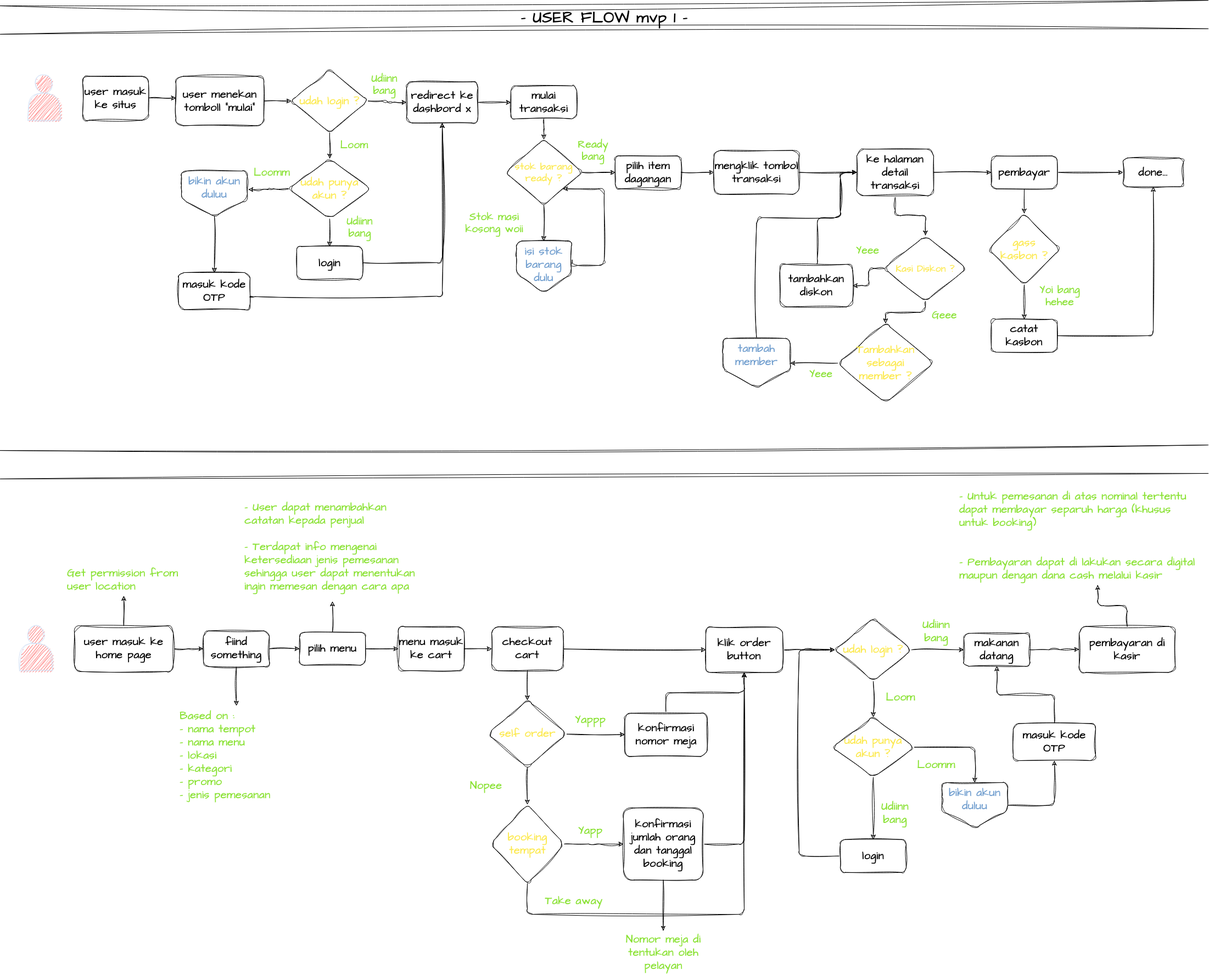
Above: Untitled Diagram.drawio.png in Petrichor-Dev/mypos (draw.io), before the change. Source tidied: cells renumbered, new cells last; positions are measured from the earlier drawing's top-left corner, leaving out a move shared by most shapes.
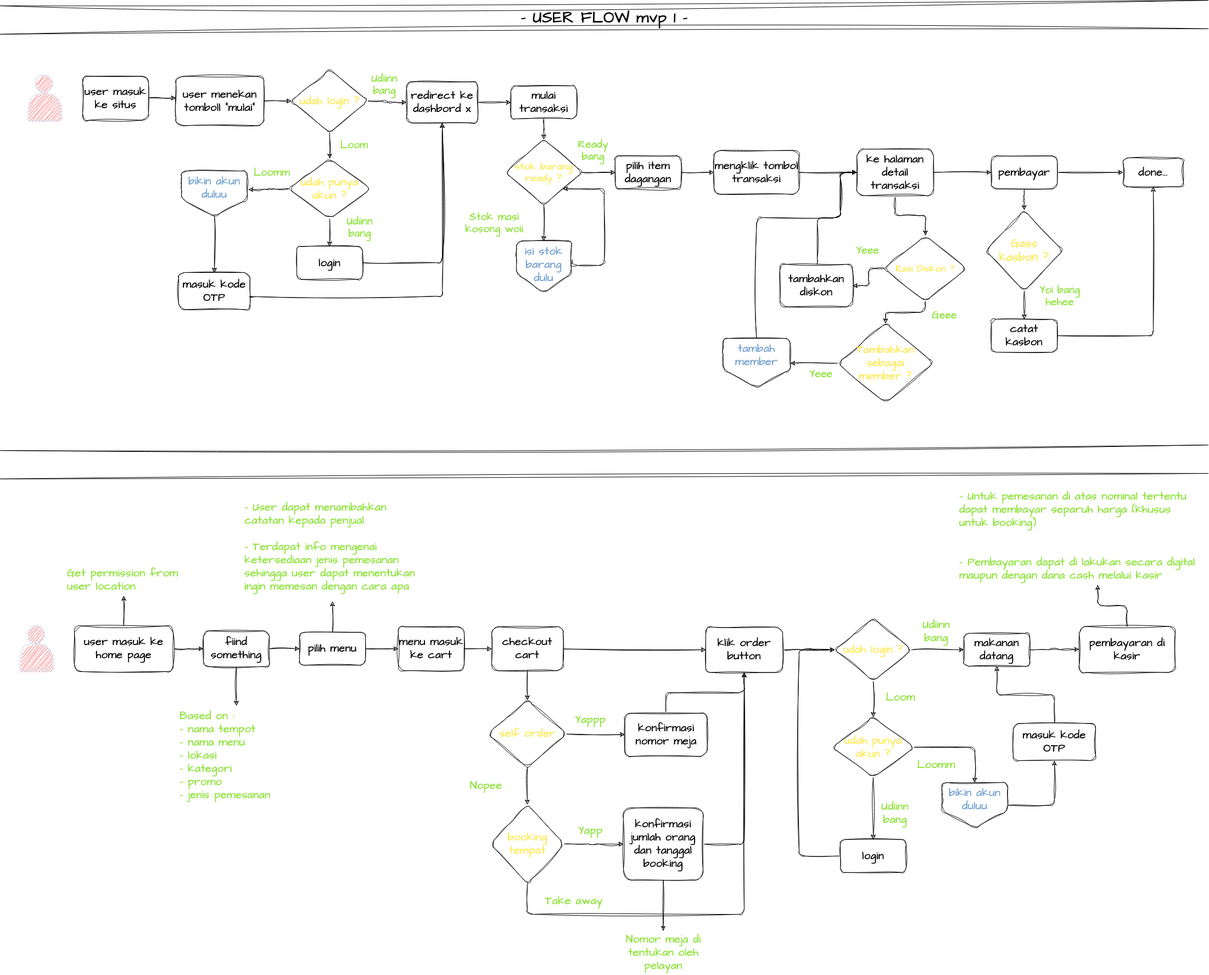
The same file after the commit.

Change to the diagram source:
```diff
@@ -166,8 +166,8 @@
     <mxCell id="48" style="edgeStyle=orthogonalEdgeStyle;rounded=1;sketch=1;hachureGap=4;jiggle=2;curveFitting=1;jettySize=auto;html=1;fontFamily=Architects Daughter;fontSource=https%3A%2F%2Ffonts.googleapis.com%2Fcss%3Ffamily%3DArchitects%2BDaughter;fontSize=17;fontColor=default;labelBackgroundColor=none;fontStyle=1;" parent="1" edge="1" source="49" target="51">
       <mxGeometry relative="1" as="geometry" />
     </mxCell>
-    <mxCell id="49" value="&lt;div&gt;&lt;font color=&quot;#fce94f&quot;&gt;gass&lt;/font&gt;&lt;/div&gt;&lt;div&gt;&lt;font color=&quot;#fce94f&quot;&gt;kasbon ?&lt;br&gt;&lt;/font&gt;&lt;/div&gt;" style="rhombus;whiteSpace=wrap;html=1;fontSize=20;fontFamily=Architects Daughter;rounded=1;sketch=1;curveFitting=1;jiggle=2;hachureGap=4;fontSource=https%3A%2F%2Ffonts.googleapis.com%2Fcss%3Ffamily%3DArchitects%2BDaughter;spacing=2;labelBackgroundColor=none;fontStyle=1;" parent="1" vertex="1">
-      <mxGeometry x="1800" y="362.5" width="130" height="130" as="geometry" />
+    <mxCell id="49" value="&lt;div style=&quot;font-size: 21px;&quot;&gt;&lt;font style=&quot;font-size: 21px;&quot; color=&quot;#fce94f&quot;&gt;Gass&lt;/font&gt;&lt;/div&gt;&lt;div style=&quot;font-size: 21px;&quot;&gt;&lt;font style=&quot;font-size: 21px;&quot; color=&quot;#fce94f&quot;&gt;kasbon ?&lt;br&gt;&lt;/font&gt;&lt;/div&gt;" style="rhombus;whiteSpace=wrap;html=1;fontSize=20;fontFamily=Architects Daughter;rounded=1;sketch=1;curveFitting=1;jiggle=2;hachureGap=4;fontSource=https%3A%2F%2Ffonts.googleapis.com%2Fcss%3Ffamily%3DArchitects%2BDaughter;spacing=2;labelBackgroundColor=none;fontStyle=1;" parent="1" vertex="1">
+      <mxGeometry x="1795" y="356.2" width="140" height="147.5" as="geometry" />
     </mxCell>
     <mxCell id="50" style="edgeStyle=orthogonalEdgeStyle;rounded=1;sketch=1;hachureGap=4;jiggle=2;curveFitting=1;jettySize=auto;html=1;fontFamily=Architects Daughter;fontSource=https%3A%2F%2Ffonts.googleapis.com%2Fcss%3Ffamily%3DArchitects%2BDaughter;fontSize=17;fontColor=default;entryX=0.5;entryY=1;entryDx=0;entryDy=0;labelBackgroundColor=none;fontStyle=1;" parent="1" edge="1" source="51" target="52">
       <mxGeometry relative="1" as="geometry" />
```
